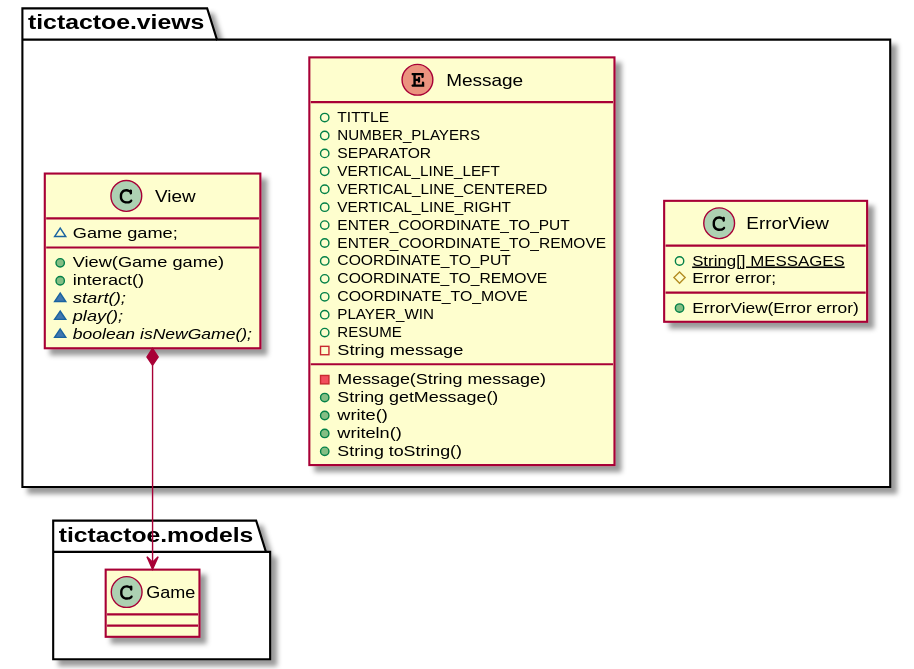
Above: documentView/withoutFactoryMethod/docs/diagrams/out/paquetes/tictactoe.views.svg in Jolucaa/USantaTecla-project-ticTacToe (PlantUML), before the change.
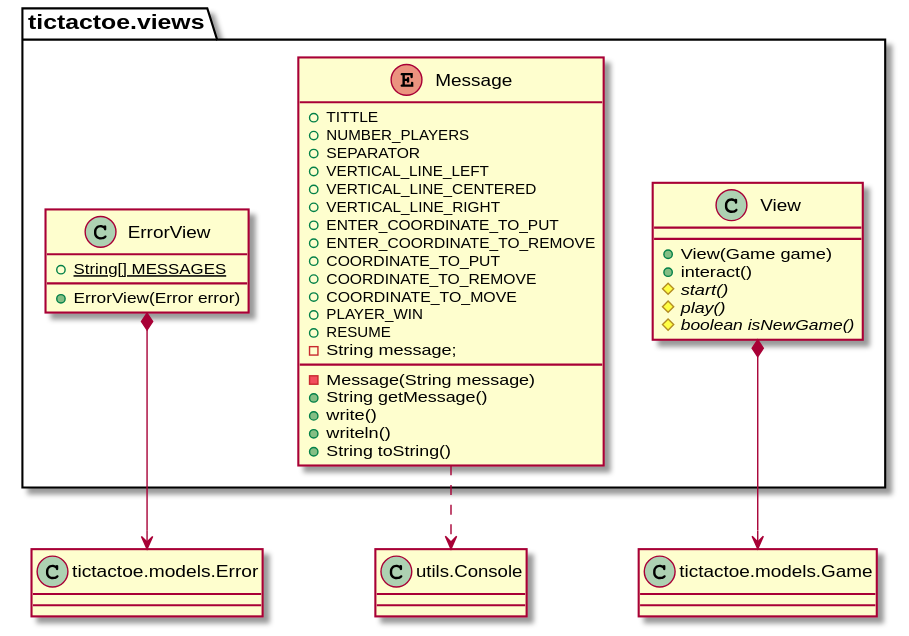
After the change.

Diff of the diagram source:
```diff
@@ -2,7 +2,6 @@
 class tictactoe.views.ErrorView {
 
 	+ {static} String[] MESSAGES
-	# Error error;
 
 	+ ErrorView(Error error)
 
@@ -22,25 +21,31 @@
 	+ COORDINATE_TO_MOVE
 	+ PLAYER_WIN
 	+ RESUME
-	- String message
+	- String message;
 
 	- Message(String message)
 	+ String getMessage()
 	+ write()
 	+ writeln()
 	+ String toString()
+
 }
 
 class tictactoe.views.View {
-    ~ Game game;
 
 	+ View(Game game)
 	+ interact()
-	~ {abstract} start();
-	~ {abstract} play();
-	~ {abstract} boolean isNewGame();
+	# {abstract} start()
+	# {abstract} play()
+	# {abstract} boolean isNewGame()
+
 }
-class tictactoe.models.Game
 
-tictactoe.views.View *-down-> tictactoe.models.Game
+class Game as "tictactoe.models.Game"
+class Console as "utils.Console"
+class Error as "tictactoe.models.Error"
+
+tictactoe.views.ErrorView *--> Error
+tictactoe.views.View *--> Game
+tictactoe.views.Message ..> Console
 @enduml
```
